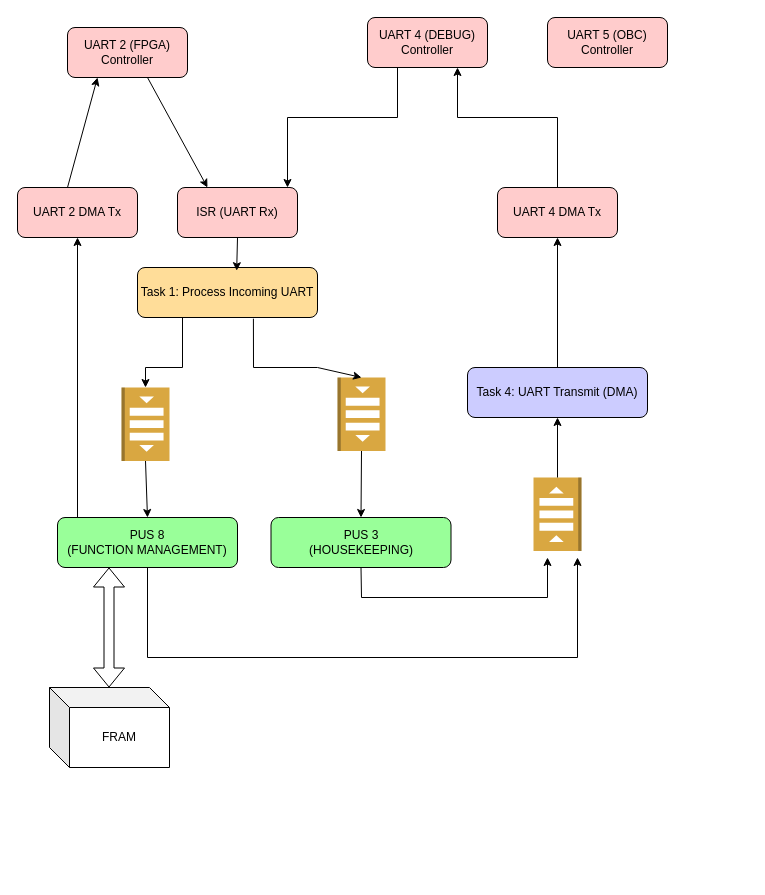
This is Software_Architecture_DataHub.drawio from WhiskeySierraPapa/LP-Software-uC-SP-MThesis-2025, a draw.io file, before an edit. Source tidied: cells renumbered, new cells numbered last; positions are measured from the earlier drawing's top-left corner, leaving out a move shared by most shapes. Both pictures are drawn from the tidied source at 100%, with x=0, y=0 at pixel (17, 17).
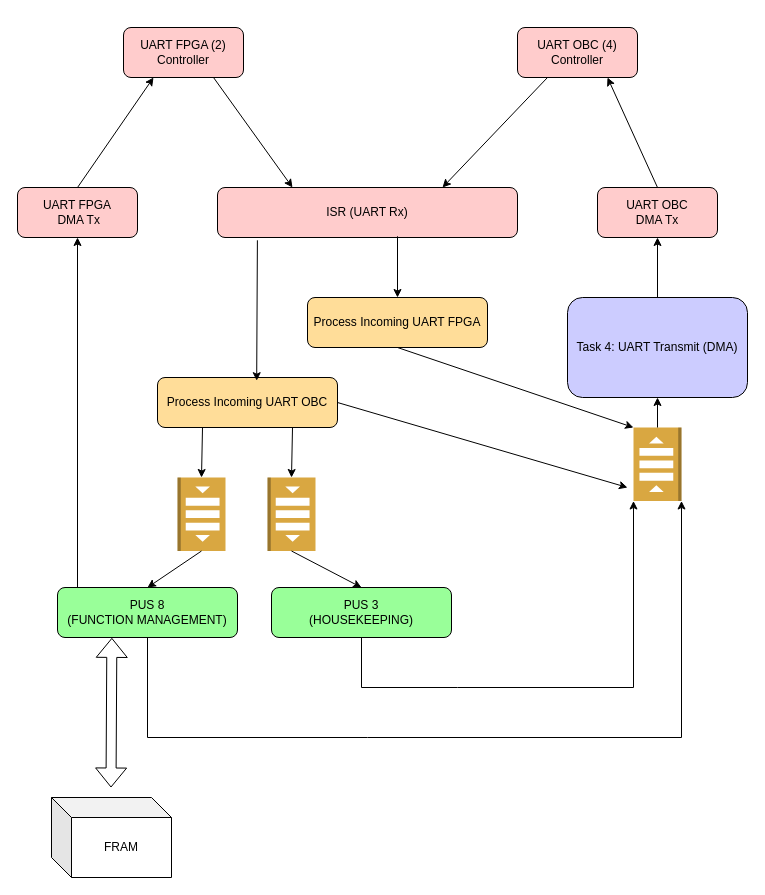
Above is the later version.

Commit message:
added new task to the diagram for the FPGA UART processing

What changed in the source:
```diff
@@
     <mxCell id="2" value="ISR (UART Rx)" style="rounded=1;whiteSpace=wrap;fillColor=#FFCCCC;" parent="1" vertex="1">
-      <mxGeometry x="160" y="170" width="120" height="50" as="geometry" />
+      <mxGeometry x="200" y="170" width="300" height="50" as="geometry" />
     </mxCell>
-    <mxCell id="3" value="Task 1: Process Incoming UART" style="rounded=1;whiteSpace=wrap;fillColor=#FFDD99;" parent="1" vertex="1">
-      <mxGeometry x="120" y="250" width="180" height="50" as="geometry" />
+    <mxCell id="3" value="Process Incoming UART OBC" style="rounded=1;whiteSpace=wrap;fillColor=#FFDD99;" parent="1" vertex="1">
+      <mxGeometry x="140" y="360" width="180" height="50" as="geometry" />
     </mxCell>
     <mxCell id="4" value="PUS 8&#10;(FUNCTION MANAGEMENT)" style="rounded=1;whiteSpace=wrap;fillColor=#99FF99;" parent="1" vertex="1">
-      <mxGeometry x="40" y="500" width="180" height="50" as="geometry" />
+      <mxGeometry x="40" y="570" width="180" height="50" as="geometry" />
     </mxCell>
     <mxCell id="5" value="PUS 3&#10;(HOUSEKEEPING)" style="rounded=1;whiteSpace=wrap;fillColor=#99FF99;" parent="1" vertex="1">
-      <mxGeometry x="253.5" y="500" width="180" height="50" as="geometry" />
+      <mxGeometry x="254" y="570" width="180" height="50" as="geometry" />
     </mxCell>
     <mxCell id="6" value="Task 4: UART Transmit (DMA)" style="rounded=1;whiteSpace=wrap;fillColor=#CCCCFF;" parent="1" vertex="1">
-      <mxGeometry x="450" y="350" width="180" height="50" as="geometry" />
+      <mxGeometry x="550" y="280" width="180" height="100" as="geometry" />
     </mxCell>
-    <mxCell id="7" value="UART 4 (DEBUG) Controller" style="rounded=1;whiteSpace=wrap;fillColor=#FFCCCC;" parent="1" vertex="1">
-      <mxGeometry x="350" width="120" height="50" as="geometry" />
+    <mxCell id="7" value="UART OBC (4) Controller" style="rounded=1;whiteSpace=wrap;fillColor=#FFCCCC;" parent="1" vertex="1">
+      <mxGeometry x="500" y="10" width="120" height="50" as="geometry" />
     </mxCell>
-    <mxCell id="8" value="UART 5 (OBC) Controller" style="rounded=1;whiteSpace=wrap;fillColor=#FFCCCC;" parent="1" vertex="1">
-      <mxGeometry x="530" width="120" height="50" as="geometry" />
-    </mxCell>
-    <mxCell id="9" value="UART 2 (FPGA) Controller" style="rounded=1;whiteSpace=wrap;fillColor=#FFCCCC;" parent="1" vertex="1">
-      <mxGeometry x="50" y="10" width="120" height="50" as="geometry" />
+    <mxCell id="9" value="UART FPGA (2) Controller" style="rounded=1;whiteSpace=wrap;fillColor=#FFCCCC;" parent="1" vertex="1">
+      <mxGeometry x="106" y="10" width="120" height="50" as="geometry" />
     </mxCell>
-    <mxCell id="10" value="UART 4 DMA Tx" style="rounded=1;whiteSpace=wrap;fillColor=#FFCCCC;" parent="1" vertex="1">
-      <mxGeometry x="480" y="170" width="120" height="50" as="geometry" />
+    <mxCell id="10" value="UART OBC&#10;DMA Tx" style="rounded=1;whiteSpace=wrap;fillColor=#FFCCCC;" parent="1" vertex="1">
+      <mxGeometry x="580" y="170" width="120" height="50" as="geometry" />
     </mxCell>
-    <mxCell id="11" style="endArrow=classic;html=1;rounded=0;exitX=0.25;exitY=1;exitDx=0;exitDy=0;" parent="1" edge="1" source="7">
-      <mxGeometry relative="1" as="geometry">
-        <mxPoint x="270" y="170" as="targetPoint" />
-        <Array as="points">
-          <mxPoint x="380" y="100" />
-          <mxPoint x="270" y="100" />
-        </Array>
-      </mxGeometry>
+    <mxCell id="11" style="endArrow=classic;html=1;rounded=0;exitX=0.25;exitY=1;exitDx=0;exitDy=0;entryX=0.75;entryY=0;entryDx=0;entryDy=0;" parent="1" edge="1" source="7" target="2">
+      <mxGeometry relative="1" as="geometry" />
     </mxCell>
     <mxCell id="12" style="endArrow=classic;html=1;rounded=0;exitX=0.5;exitY=0;exitDx=0;exitDy=0;entryX=0.75;entryY=1;entryDx=0;entryDy=0;" parent="1" edge="1" source="10" target="7">
-      <mxGeometry relative="1" as="geometry">
-        <Array as="points">
-          <mxPoint x="540" y="100" />
-          <mxPoint x="440" y="100" />
-        </Array>
-      </mxGeometry>
+      <mxGeometry relative="1" as="geometry" />
     </mxCell>
     <mxCell id="13" style="outlineConnect=0;dashed=0;verticalLabelPosition=bottom;verticalAlign=top;align=center;html=1;shape=mxgraph.aws3.queue;fillColor=#D9A741;gradientColor=none;direction=north;" parent="1" vertex="1">
-      <mxGeometry x="516" y="460" width="48" height="73.5" as="geometry" />
+      <mxGeometry x="616" y="410" width="48" height="73.5" as="geometry" />
     </mxCell>
@@
     <mxCell id="16" style="outlineConnect=0;dashed=0;verticalLabelPosition=bottom;verticalAlign=top;align=center;html=1;shape=mxgraph.aws3.queue;fillColor=#D9A741;gradientColor=none;direction=south;" parent="1" vertex="1">
-      <mxGeometry x="104" y="370" width="48" height="73.5" as="geometry" />
+      <mxGeometry x="160" y="460" width="48" height="73.5" as="geometry" />
     </mxCell>
     <mxCell id="17" style="outlineConnect=0;dashed=0;verticalLabelPosition=bottom;verticalAlign=top;align=center;html=1;shape=mxgraph.aws3.queue;fillColor=#D9A741;gradientColor=none;direction=south;" parent="1" vertex="1">
-      <mxGeometry x="320" y="360" width="48" height="73.5" as="geometry" />
+      <mxGeometry x="250" y="460" width="48" height="73.5" as="geometry" />
     </mxCell>
     <mxCell id="18" style="endArrow=classic;html=1;rounded=0;entryX=0;entryY=0.5;entryDx=0;entryDy=0;exitX=0.25;exitY=1;exitDx=0;exitDy=0;entryPerimeter=0;" parent="1" edge="1" source="3" target="16">
-      <mxGeometry relative="1" as="geometry">
-        <Array as="points">
-          <mxPoint x="165" y="350" />
-          <mxPoint x="128" y="350" />
-        </Array>
-      </mxGeometry>
+      <mxGeometry relative="1" as="geometry" />
     </mxCell>
-    <mxCell id="19" style="endArrow=classic;html=1;rounded=0;entryX=0;entryY=0.5;entryDx=0;entryDy=0;exitX=0.644;exitY=1.024;exitDx=0;exitDy=0;entryPerimeter=0;exitPerimeter=0;" parent="1" edge="1" source="3" target="17">
-      <mxGeometry relative="1" as="geometry">
-        <Array as="points">
-          <mxPoint x="236" y="350" />
-          <mxPoint x="300" y="350" />
-        </Array>
-      </mxGeometry>
+    <mxCell id="19" style="endArrow=classic;html=1;rounded=0;entryX=0;entryY=0.5;entryDx=0;entryDy=0;exitX=0.75;exitY=1;exitDx=0;exitDy=0;entryPerimeter=0;" parent="1" edge="1" source="3" target="17">
+      <mxGeometry relative="1" as="geometry" />
     </mxCell>
@@
-    <mxCell id="22" style="endArrow=classic;html=1;rounded=0;exitX=0.5;exitY=1;exitDx=0;exitDy=0;" parent="1" edge="1" source="5">
+    <mxCell id="22" style="endArrow=classic;html=1;rounded=0;exitX=0.5;exitY=1;exitDx=0;exitDy=0;entryX=0;entryY=0;entryDx=0;entryDy=0;entryPerimeter=0;" parent="1" edge="1" source="5" target="13">
       <mxGeometry relative="1" as="geometry">
-        <mxPoint x="530" y="540" as="targetPoint" />
         <Array as="points">
-          <mxPoint x="344" y="580" />
-          <mxPoint x="530" y="580" />
+          <mxPoint x="344" y="670" />
+          <mxPoint x="440" y="670" />
+          <mxPoint x="616" y="670" />
         </Array>
       </mxGeometry>
     </mxCell>
-    <mxCell id="23" style="endArrow=classic;html=1;rounded=0;exitX=0.5;exitY=1;exitDx=0;exitDy=0;" parent="1" edge="1" source="4">
+    <mxCell id="23" style="endArrow=classic;html=1;rounded=0;exitX=0.5;exitY=1;exitDx=0;exitDy=0;entryX=0;entryY=1;entryDx=0;entryDy=0;entryPerimeter=0;" parent="1" edge="1" source="4" target="13">
       <mxGeometry relative="1" as="geometry">
-        <mxPoint x="560" y="540" as="targetPoint" />
         <Array as="points">
-          <mxPoint x="130" y="640" />
-          <mxPoint x="560" y="640" />
+          <mxPoint x="130" y="720" />
+          <mxPoint x="350" y="720" />
+          <mxPoint x="664" y="720" />
         </Array>
       </mxGeometry>
     </mxCell>
-    <mxCell id="24" style="endArrow=classic;html=1;rounded=0;exitX=0.5;exitY=1;exitDx=0;exitDy=0;entryX=0.551;entryY=0.064;entryDx=0;entryDy=0;entryPerimeter=0;" parent="1" edge="1" source="2" target="3">
+    <mxCell id="24" style="endArrow=classic;html=1;rounded=0;entryX=0.551;entryY=0.064;entryDx=0;entryDy=0;entryPerimeter=0;exitX=0.133;exitY=1.056;exitDx=0;exitDy=0;exitPerimeter=0;" parent="1" edge="1" source="2" target="3">
       <mxGeometry relative="1" as="geometry" />
     </mxCell>
-    <mxCell id="25" value="UART 2 DMA Tx" style="rounded=1;whiteSpace=wrap;fillColor=#FFCCCC;" parent="1" vertex="1">
+    <mxCell id="25" value="UART FPGA&#10; DMA Tx" style="rounded=1;whiteSpace=wrap;fillColor=#FFCCCC;" parent="1" vertex="1">
       <mxGeometry y="170" width="120" height="50" as="geometry" />
     </mxCell>
     <mxCell id="26" style="endArrow=classic;html=1;rounded=0;entryX=0.5;entryY=1;entryDx=0;entryDy=0;" parent="1" edge="1" target="25">
       <mxGeometry relative="1" as="geometry">
-        <mxPoint x="60" y="500" as="sourcePoint" />
+        <mxPoint x="60" y="570" as="sourcePoint" />
       </mxGeometry>
     </mxCell>
-    <mxCell id="27" style="endArrow=classic;html=1;rounded=0;entryX=0.25;entryY=1;entryDx=0;entryDy=0;" parent="1" edge="1" target="9">
-      <mxGeometry relative="1" as="geometry">
-        <mxPoint x="50" y="170" as="sourcePoint" />
-      </mxGeometry>
+    <mxCell id="27" style="endArrow=classic;html=1;rounded=0;entryX=0.25;entryY=1;entryDx=0;entryDy=0;exitX=0.5;exitY=0;exitDx=0;exitDy=0;" parent="1" edge="1" source="25" target="9">
+      <mxGeometry relative="1" as="geometry" />
     </mxCell>
-    <mxCell id="28" style="endArrow=classic;html=1;rounded=0;entryX=0.25;entryY=0;entryDx=0;entryDy=0;" parent="1" edge="1" target="2">
-      <mxGeometry relative="1" as="geometry">
-        <mxPoint x="130" y="60" as="sourcePoint" />
-      </mxGeometry>
+    <mxCell id="28" style="endArrow=classic;html=1;rounded=0;entryX=0.25;entryY=0;entryDx=0;entryDy=0;exitX=0.75;exitY=1;exitDx=0;exitDy=0;" parent="1" edge="1" source="9" target="2">
+      <mxGeometry relative="1" as="geometry" />
     </mxCell>
     <mxCell id="29" value="FRAM" style="shape=cube;whiteSpace=wrap;html=1;boundedLbl=1;backgroundOutline=1;darkOpacity=0.05;darkOpacity2=0.1;" parent="1" vertex="1">
-      <mxGeometry x="32" y="670" width="120" height="80" as="geometry" />
+      <mxGeometry x="34" y="780" width="120" height="80" as="geometry" />
     </mxCell>
-    <mxCell id="30" style="shape=flexArrow;endArrow=classic;startArrow=classic;html=1;rounded=0;" parent="1" edge="1">
+    <mxCell id="30" style="shape=flexArrow;endArrow=classic;startArrow=classic;html=1;rounded=0;entryX=0.302;entryY=1.008;entryDx=0;entryDy=0;entryPerimeter=0;" parent="1" edge="1" target="4">
       <mxGeometry relative="1" as="geometry">
-        <mxPoint x="91.5" y="670" as="sourcePoint" />
-        <mxPoint x="91.5" y="550" as="targetPoint" />
+        <mxPoint x="93.5" y="770" as="sourcePoint" />
       </mxGeometry>
     </mxCell>
+    <mxCell id="31" value="Process Incoming UART FPGA" style="rounded=1;whiteSpace=wrap;fillColor=#FFDD99;" parent="1" vertex="1">
+      <mxGeometry x="290" y="280" width="180" height="50" as="geometry" />
+    </mxCell>
+    <mxCell id="32" style="endArrow=classic;html=1;rounded=0;entryX=0.5;entryY=0;entryDx=0;entryDy=0;exitX=0.6;exitY=0.976;exitDx=0;exitDy=0;exitPerimeter=0;" parent="1" edge="1" source="2" target="31">
+      <mxGeometry relative="1" as="geometry" />
+    </mxCell>
+    <mxCell id="33" style="endArrow=classic;html=1;rounded=0;exitX=1;exitY=0.5;exitDx=0;exitDy=0;" parent="1" edge="1" source="3">
+      <mxGeometry relative="1" as="geometry">
+        <mxPoint x="610" y="470" as="targetPoint" />
+      </mxGeometry>
+    </mxCell>
+    <mxCell id="34" style="endArrow=classic;html=1;rounded=0;exitX=0.5;exitY=1;exitDx=0;exitDy=0;entryX=1;entryY=0;entryDx=0;entryDy=0;entryPerimeter=0;" parent="1" edge="1" source="31" target="13">
+      <mxGeometry relative="1" as="geometry" />
+    </mxCell>
```
